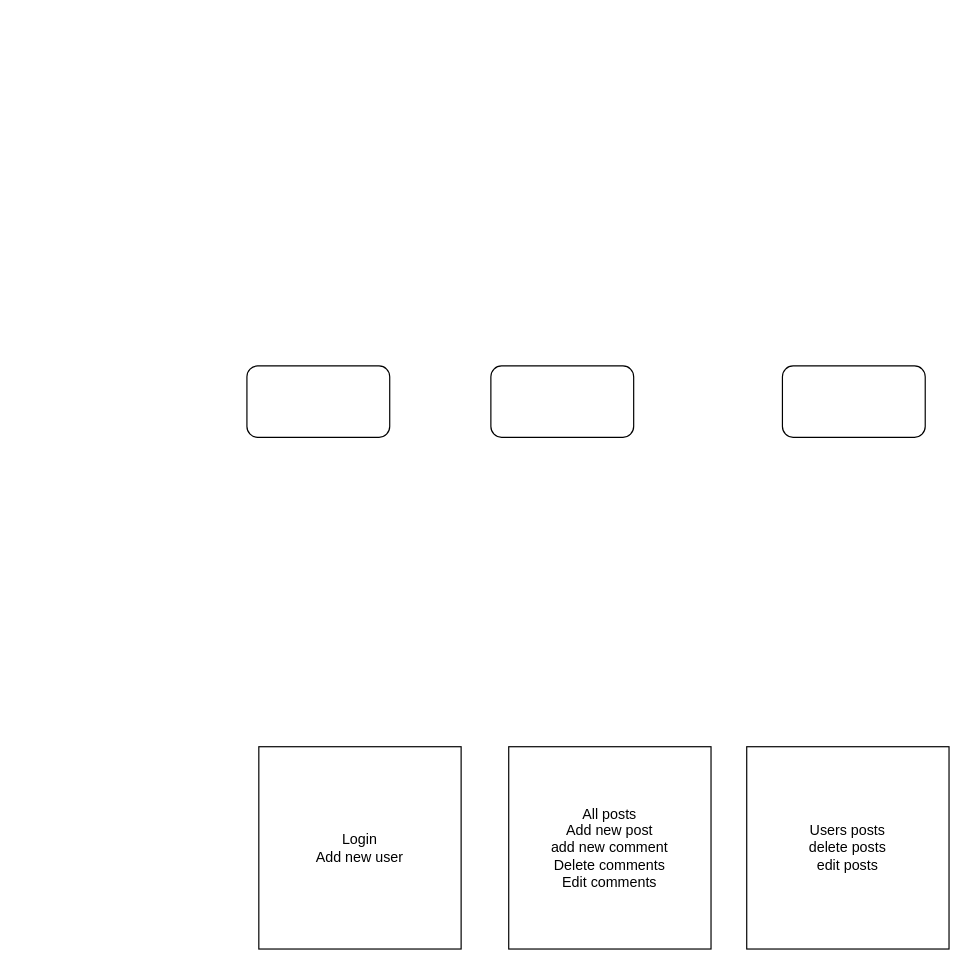
The draw.io diagram frontend.drawio in bennysuf/Twidler-frontend, before the edit. Source tidied: cells renumbered, new cells numbered last; positions are measured from the earlier drawing's top-left corner, leaving out a move shared by most shapes. Both pictures are drawn from the tidied source at 119%, with x=0, y=0 at pixel (246, 365).
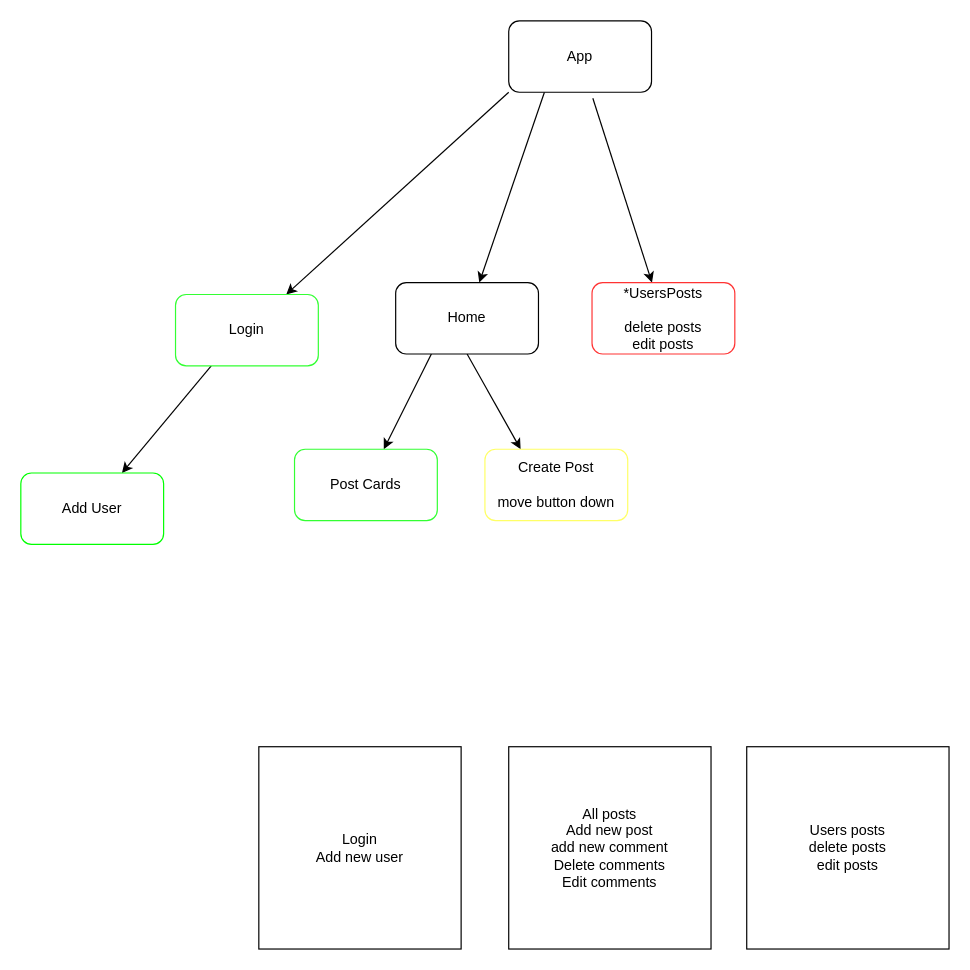
The same diagram, later.

Change to the diagram source:
```diff
@@
 <mxGraphModel>
   <root>
     <mxCell id="0" />
     <mxCell id="1" parent="0" />
+    <mxCell id="8" style="edgeStyle=none;html=1;exitX=0;exitY=1;exitDx=0;exitDy=0;" parent="1" edge="1" source="2" target="3">
+      <mxGeometry relative="1" as="geometry" />
+    </mxCell>
+    <mxCell id="9" style="edgeStyle=none;html=1;exitX=0.25;exitY=1;exitDx=0;exitDy=0;" parent="1" edge="1" source="2" target="14">
+      <mxGeometry relative="1" as="geometry" />
+    </mxCell>
+    <mxCell id="10" style="edgeStyle=none;html=1;exitX=0.589;exitY=1.084;exitDx=0;exitDy=0;exitPerimeter=0;" parent="1" edge="1" source="2" target="17">
+      <mxGeometry relative="1" as="geometry" />
+    </mxCell>
-    <mxCell id="2" style="rounded=1;whiteSpace=wrap;html=1;" parent="1" vertex="1">
-      <mxGeometry width="120" height="60" as="geometry" />
+    <mxCell id="2" value="App" style="rounded=1;whiteSpace=wrap;html=1;" parent="1" vertex="1">
+      <mxGeometry x="220" y="-290" width="120" height="60" as="geometry" />
     </mxCell>
+    <mxCell id="11" style="edgeStyle=none;html=1;exitX=0.25;exitY=1;exitDx=0;exitDy=0;" parent="1" edge="1" source="3" target="4">
+      <mxGeometry relative="1" as="geometry" />
+    </mxCell>
-    <mxCell id="3" style="rounded=1;whiteSpace=wrap;html=1;" parent="1" vertex="1">
-      <mxGeometry x="205" width="120" height="60" as="geometry" />
+    <mxCell id="3" value="Login" style="rounded=1;whiteSpace=wrap;html=1;strokeColor=#33FF33;" parent="1" vertex="1">
+      <mxGeometry x="-60" y="-60" width="120" height="60" as="geometry" />
     </mxCell>
-    <mxCell id="4" style="rounded=1;whiteSpace=wrap;html=1;" parent="1" vertex="1">
-      <mxGeometry x="450" width="120" height="60" as="geometry" />
+    <mxCell id="4" value="Add User" style="rounded=1;whiteSpace=wrap;html=1;strokeColor=#00FF00;" parent="1" vertex="1">
+      <mxGeometry x="-190" y="90" width="120" height="60" as="geometry" />
     </mxCell>
     <mxCell id="5" value="Login&lt;br&gt;Add new user" style="whiteSpace=wrap;html=1;" parent="1" vertex="1">
       <mxGeometry x="10" y="320" width="170" height="170" as="geometry" />
     </mxCell>
-    <mxCell id="6" value="All posts&lt;br&gt;Add new post&lt;br&gt;add new comment&lt;br&gt;Delete comments&lt;br&gt;Edit comments" style="whiteSpace=wrap;html=1;" parent="1" vertex="1">
+    <mxCell id="6" value="All posts&lt;br&gt;Add new post&lt;br&gt;add new comment&lt;br&gt;Delete comments&lt;br&gt;Edit comments&lt;br&gt;" style="whiteSpace=wrap;html=1;" parent="1" vertex="1">
       <mxGeometry x="220" y="320" width="170" height="170" as="geometry" />
     </mxCell>
     <mxCell id="7" value="Users posts&lt;br&gt;delete posts&lt;br&gt;edit posts" style="whiteSpace=wrap;html=1;" parent="1" vertex="1">
       <mxGeometry x="420" y="320" width="170" height="170" as="geometry" />
     </mxCell>
+    <mxCell id="12" style="edgeStyle=none;html=1;exitX=0.25;exitY=1;exitDx=0;exitDy=0;" parent="1" edge="1" source="14" target="15">
+      <mxGeometry relative="1" as="geometry" />
+    </mxCell>
+    <mxCell id="13" style="edgeStyle=none;html=1;exitX=0.5;exitY=1;exitDx=0;exitDy=0;entryX=0.25;entryY=0;entryDx=0;entryDy=0;" parent="1" edge="1" source="14" target="16">
+      <mxGeometry relative="1" as="geometry" />
+    </mxCell>
+    <mxCell id="14" value="Home" style="rounded=1;whiteSpace=wrap;html=1;" parent="1" vertex="1">
+      <mxGeometry x="125" y="-70" width="120" height="60" as="geometry" />
+    </mxCell>
+    <mxCell id="15" value="Post Cards" style="rounded=1;whiteSpace=wrap;html=1;strokeColor=#33FF33;" parent="1" vertex="1">
+      <mxGeometry x="40" y="70" width="120" height="60" as="geometry" />
+    </mxCell>
+    <mxCell id="16" value="Create Post&lt;br&gt;&lt;br&gt;move button down" style="rounded=1;whiteSpace=wrap;html=1;strokeColor=#FFFF66;" parent="1" vertex="1">
+      <mxGeometry x="200" y="70" width="120" height="60" as="geometry" />
+    </mxCell>
+    <mxCell id="17" value="*UsersPosts&lt;br&gt;&lt;br&gt;delete posts&lt;br&gt;edit posts" style="rounded=1;whiteSpace=wrap;html=1;strokeColor=#FF3333;" parent="1" vertex="1">
+      <mxGeometry x="290" y="-70" width="120" height="60" as="geometry" />
+    </mxCell>
   </root>
 </mxGraphModel>
```
